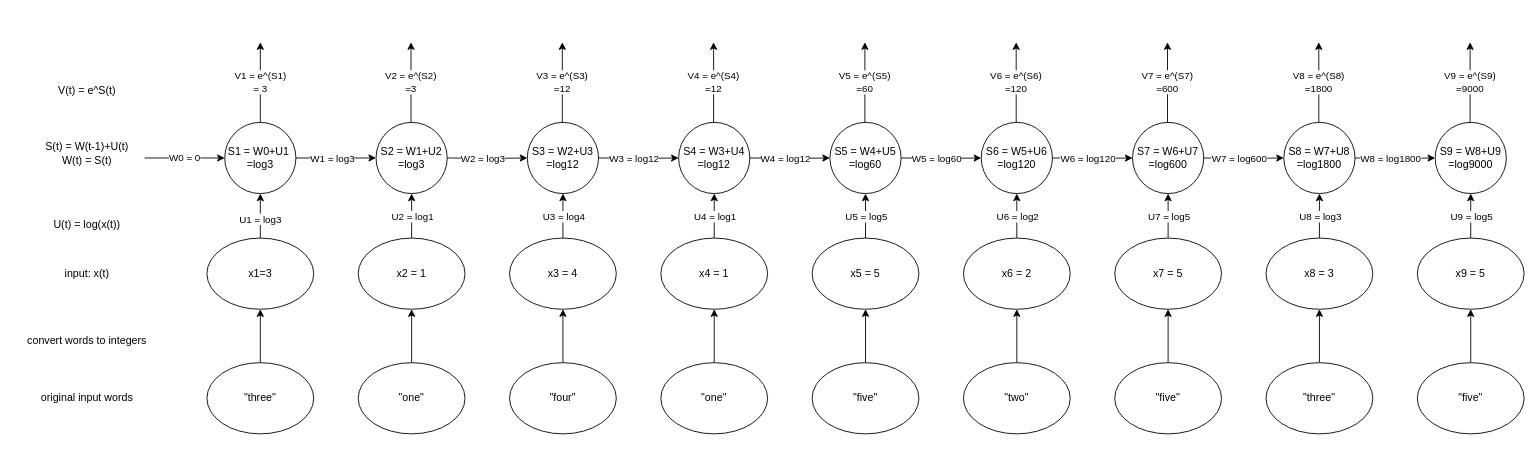
Before: Untitled Diagram.drawio in CheneyJX/Duke, a draw.io diagram. Source tidied: cells renumbered, new cells numbered last; positions are measured from the earlier drawing's top-left corner, leaving out a move shared by most shapes. Both pictures are drawn from the tidied source at 89%, with x=0, y=0 at pixel (15, 42).
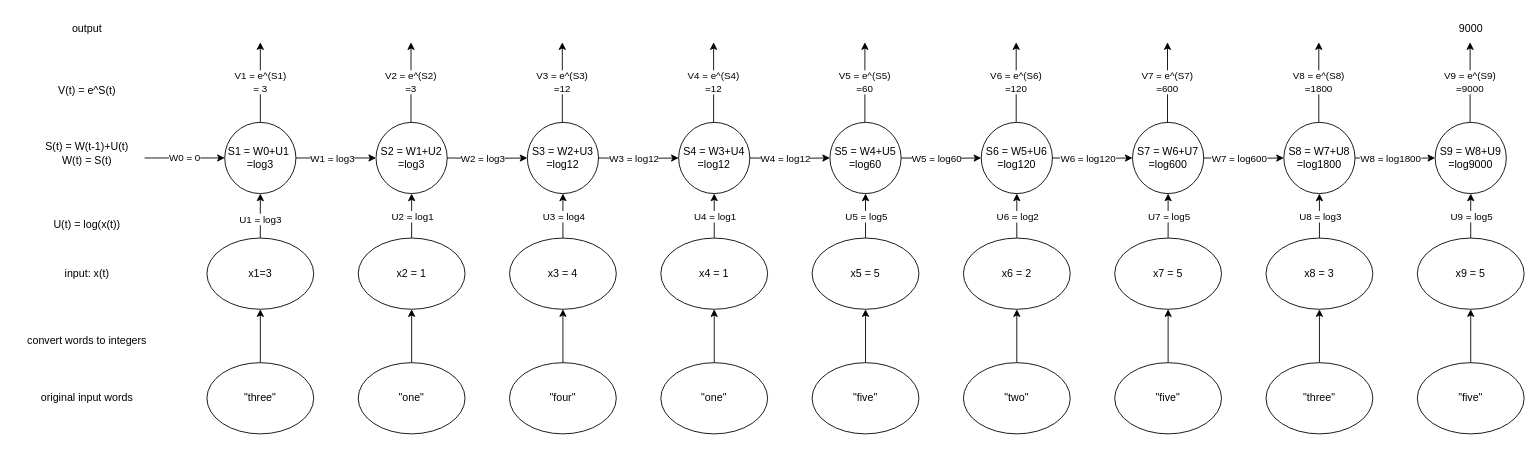
After the change.

The edit, as a diff of the source:
```diff
@@
+    <mxCell id="80" value="9000" style="text;html=1;align=center;verticalAlign=middle;strokeColor=none;fillColor=none;" parent="1" vertex="1">
+      <mxGeometry x="1610" y="-30" width="50" height="30" as="geometry" />
+    </mxCell>
+    <mxCell id="81" value="output" style="text;html=1;align=center;verticalAlign=middle;strokeColor=none;fillColor=none;" parent="1" vertex="1">
+      <mxGeometry x="50" y="-30" width="60" height="30" as="geometry" />
+    </mxCell>
```
